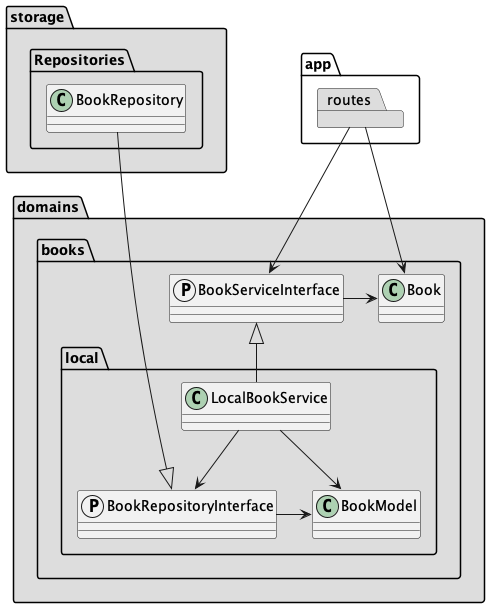
This is architecture.png from febus982/bootstrap-python-fastapi, a PlantUML export, as it was before one commit.
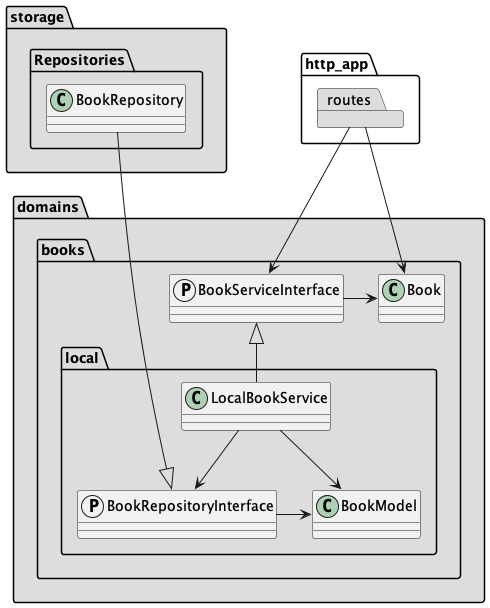
The same file after the commit.

The edit, as a diff of the source:
```diff
@@ -2,10 +2,8 @@
 allowmixing
 skinparam componentStyle uml1
 
-package app {
+package http_app {
     package routes #DDDDDD
-
-
 }
 
 package domains #DDDDDD {
```
